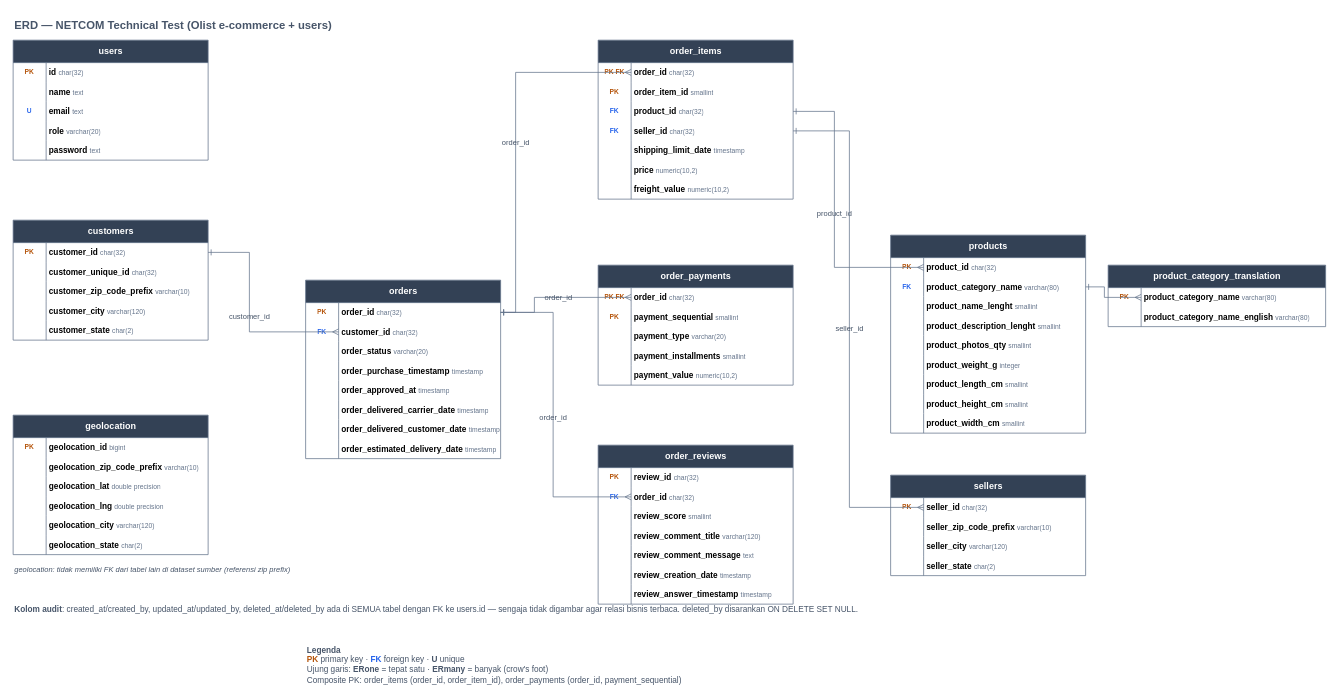
arisarisyi/netcom-task keeps this draw.io diagram as erd.drawio. Above is the earlier version. Source tidied: cells renumbered, new cells numbered last; positions are measured from the earlier drawing's top-left corner, leaving out a move shared by most shapes. Both pictures are drawn from the tidied source at 75%, with x=0, y=0 at pixel (13, 13).
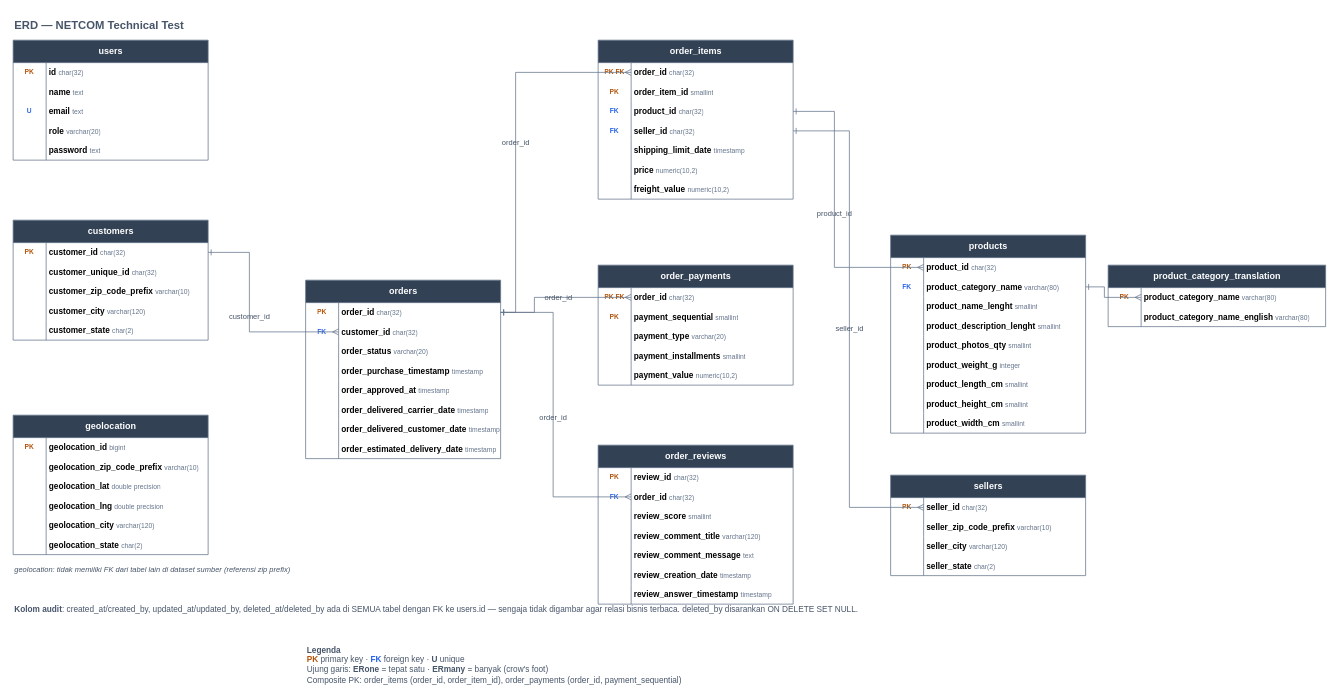
After the change.

What changed in the source:
```diff
@@
-    <mxCell id="2" value="&lt;b style='font-size:15px'&gt;ERD &amp;#8212; NETCOM Technical Test (Olist e-commerce + users)&lt;/b&gt;" style="text;html=1;align=left;verticalAlign=top;spacing=2;fontColor=#1e293b;fontSize=15;fontColor=#475569;" parent="1" vertex="1">
+    <mxCell id="2" value="&lt;b style='font-size:15px'&gt;ERD &amp;#8212; NETCOM Technical Test &lt;/b&gt;" style="text;html=1;align=left;verticalAlign=top;spacing=2;fontColor=#1e293b;fontSize=15;fontColor=#475569;" parent="1" vertex="1">
       <mxGeometry width="800" height="24" as="geometry" />
     </mxCell>
```
